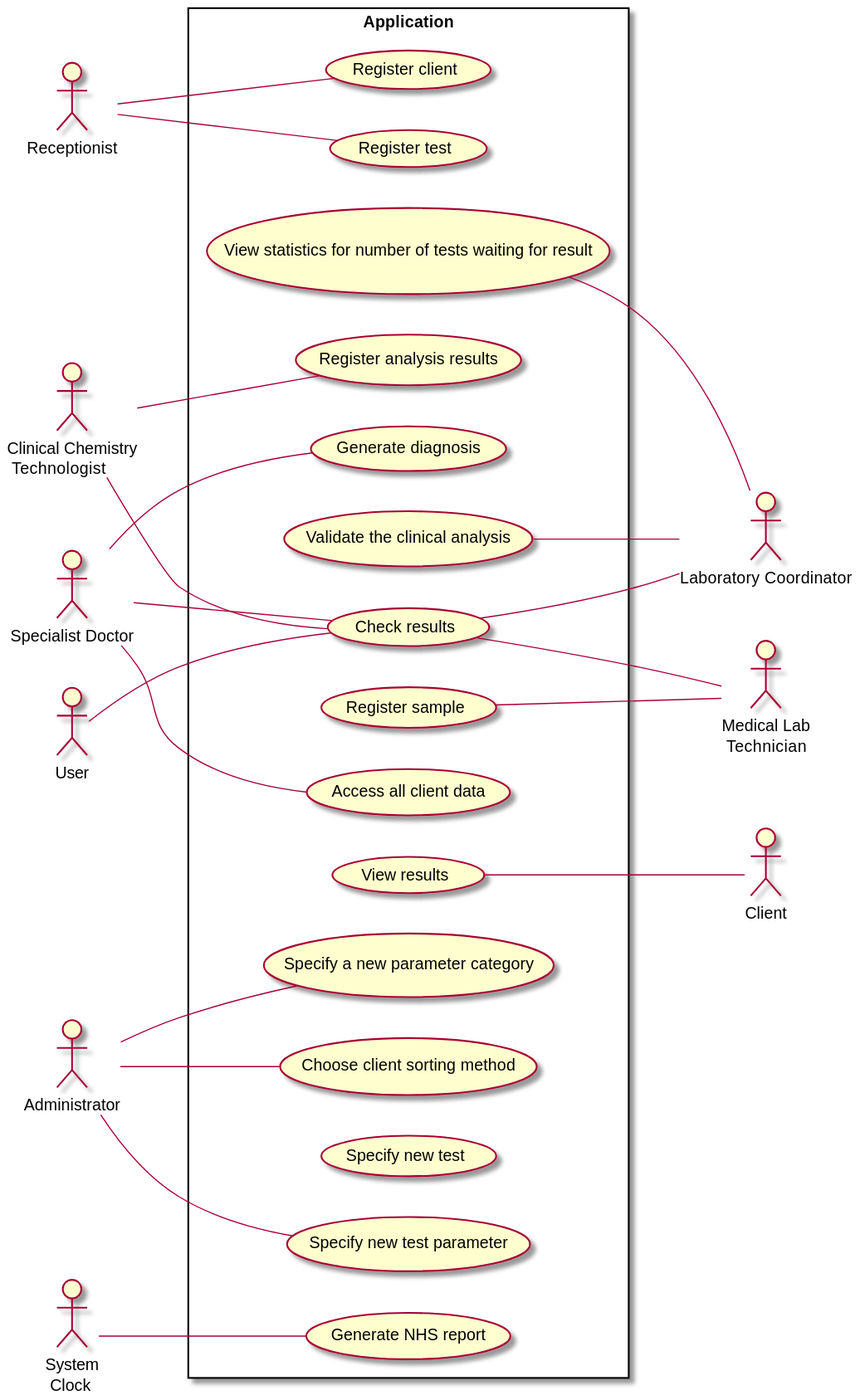
Above: docs/SprintA/UCD.svg in MadDinosaur/ISEP-LAPR2 (PlantUML), before the change.
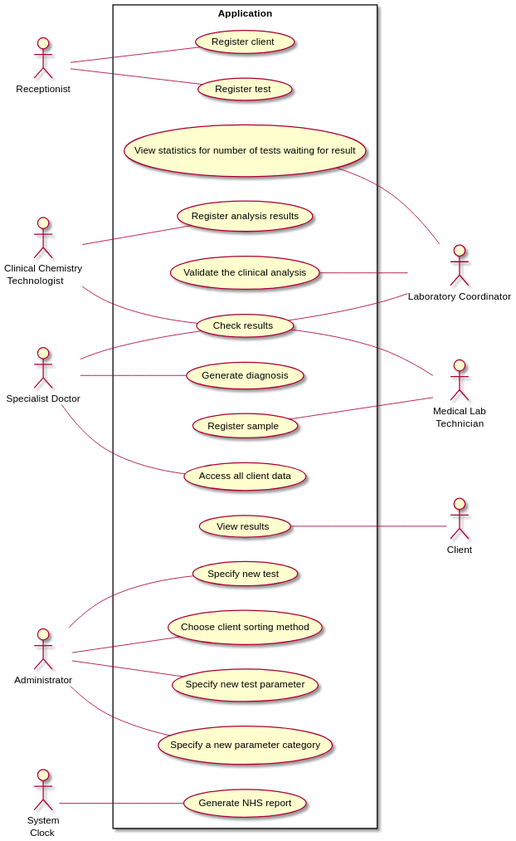
After the commit.

Commit message:
Updated Use Case Diagram.

Change to the diagram source:
```diff
@@ -7,7 +7,6 @@
 :Clinical Chemistry\n Technologist: as CCT
 :Specialist Doctor: as Doctor
 :Laboratory Coordinator: as LC
-:User:
 :Client:
 :Administrator:
 :System\n Clock: as Clock
@@ -42,10 +41,10 @@
 CCT -- UC9
 UC9 -- LC
 Doctor -- UC9
-User -- UC9
 LC -- UC10
 Doctor -- UC11
 Clock -- UC12
+Administrator -- UC13
 Administrator -- UC14
 Administrator -- UC15
 @enduml
```
